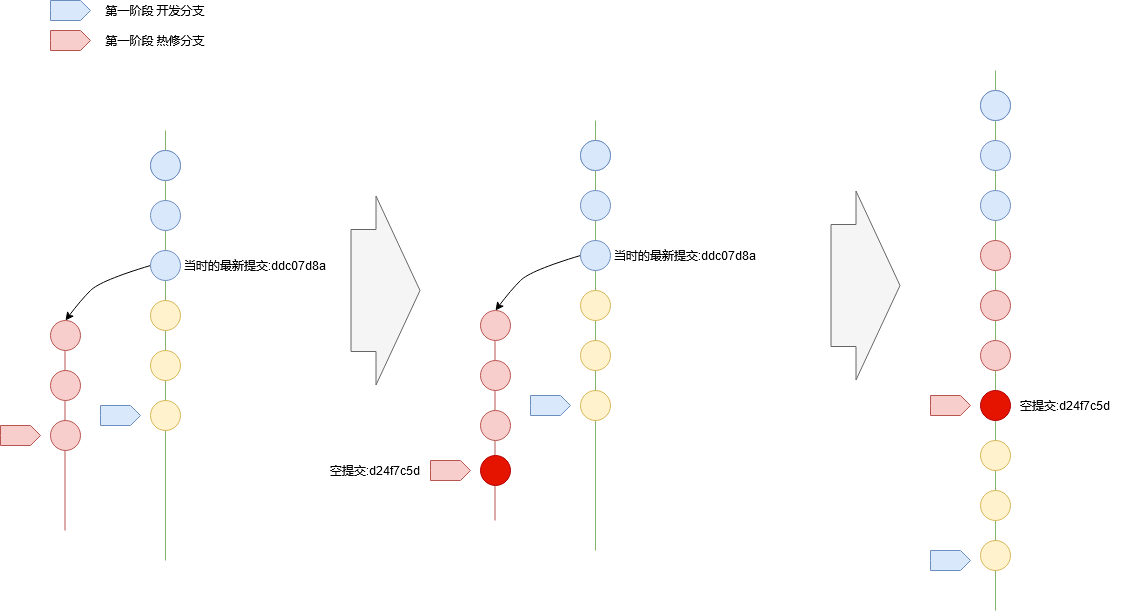
The draw.io diagram gitBranchModel/nullCommit.png in alreadytakenn/images, before a commit. Source tidied: cells renumbered, new cells last; positions are measured from the earlier drawing's top-left corner, leaving out a move shared by most shapes.
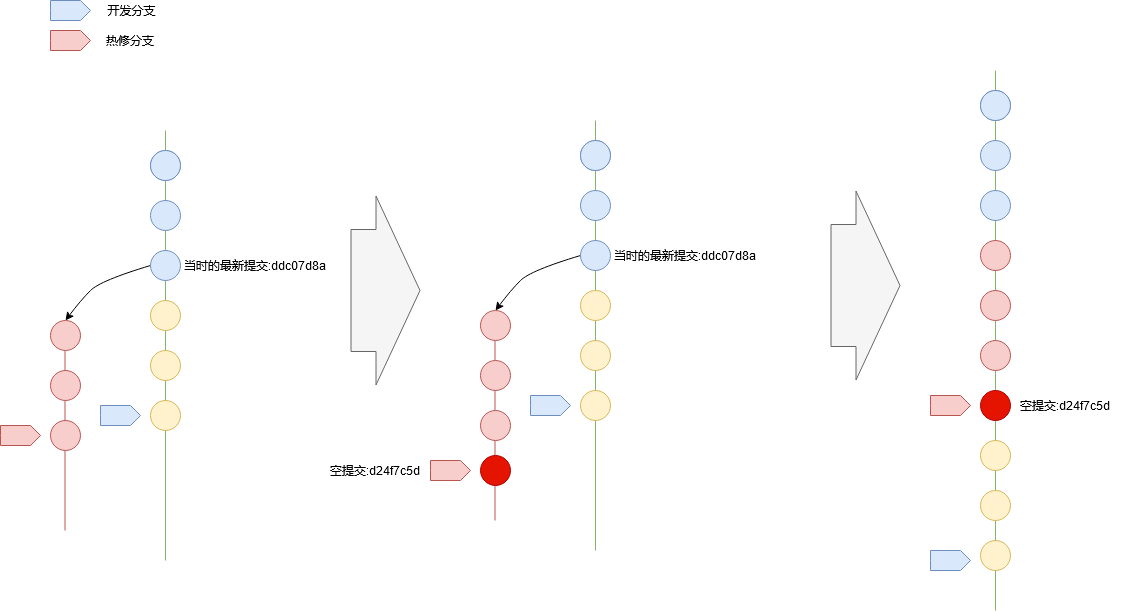
The same diagram one commit later.

What changed in the source:
```diff
@@ -67,11 +67,11 @@
     <mxCell id="19" style="html=1;shadow=0;dashed=0;align=center;verticalAlign=middle;shape=mxgraph.arrows2.arrow;dy=0;dx=10;notch=0;fillColor=#f8cecc;strokeColor=#b85450;" parent="1" vertex="1">
       <mxGeometry x="50" y="30" width="40" height="20" as="geometry" />
     </mxCell>
-    <mxCell id="20" value="第一阶段 开发分支" style="text;html=1;strokeColor=none;fillColor=none;align=center;verticalAlign=middle;whiteSpace=wrap;rounded=0;" parent="1" vertex="1">
-      <mxGeometry x="90" width="130" height="20" as="geometry" />
+    <mxCell id="20" value="&amp;nbsp;开发分支" style="text;html=1;strokeColor=none;fillColor=none;align=center;verticalAlign=middle;whiteSpace=wrap;rounded=0;" parent="1" vertex="1">
+      <mxGeometry x="90" width="80" height="20" as="geometry" />
     </mxCell>
-    <mxCell id="21" value="第一阶段 热修分支" style="text;html=1;strokeColor=none;fillColor=none;align=center;verticalAlign=middle;whiteSpace=wrap;rounded=0;" parent="1" vertex="1">
-      <mxGeometry x="90" y="30" width="130" height="20" as="geometry" />
+    <mxCell id="21" value="热修分支" style="text;html=1;strokeColor=none;fillColor=none;align=center;verticalAlign=middle;whiteSpace=wrap;rounded=0;" parent="1" vertex="1">
+      <mxGeometry x="90" y="30" width="80" height="20" as="geometry" />
     </mxCell>
     <mxCell id="22" style="shape=flexArrow;endArrow=classic;html=1;width=122;endSize=14.33;endWidth=66;fillColor=#f5f5f5;strokeColor=#666666;" parent="1" edge="1">
       <mxGeometry relative="1" as="geometry">
```
